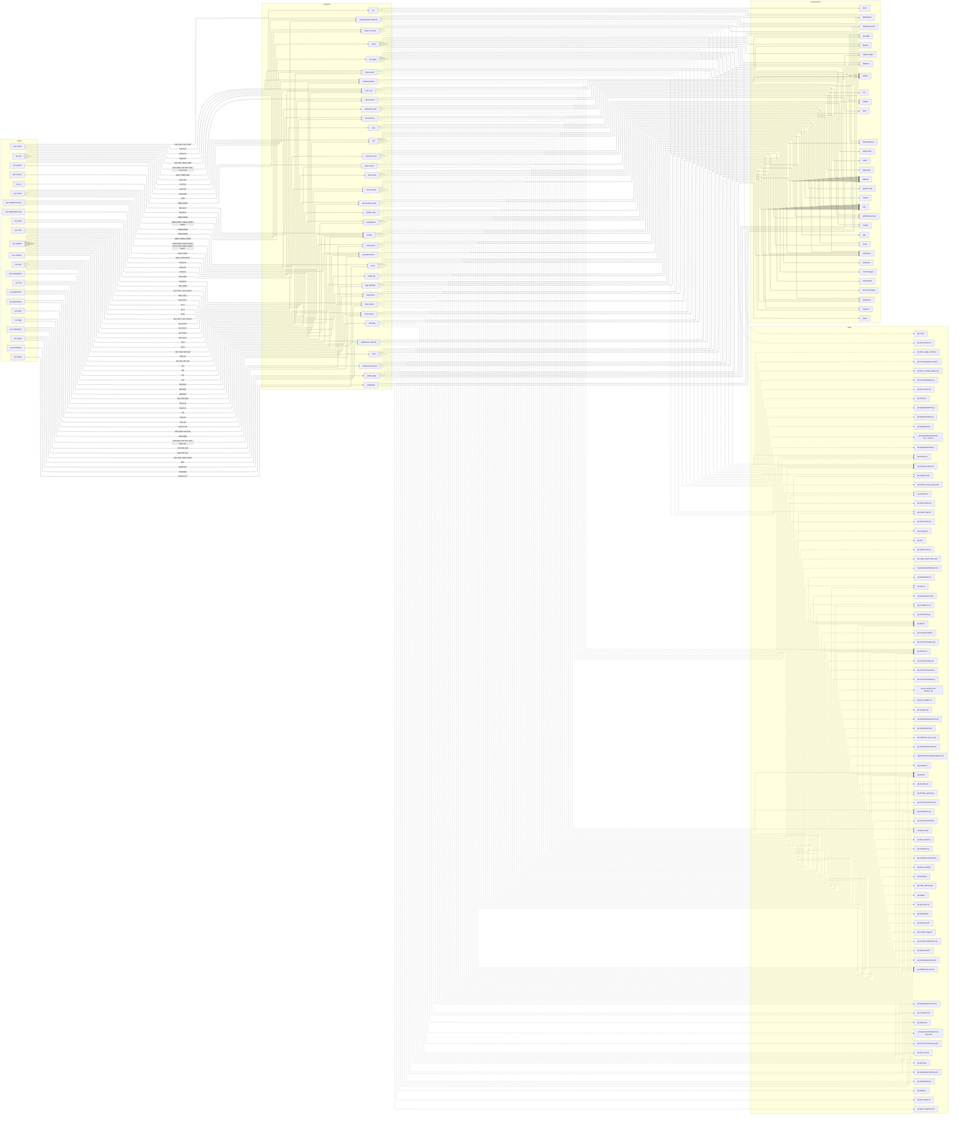
The Mermaid diagram docs/diagrams/features.png in villadalmine/k8s-lan-party, before a commit. Its source is kept beside it as docs/diagrams/features.mmd.
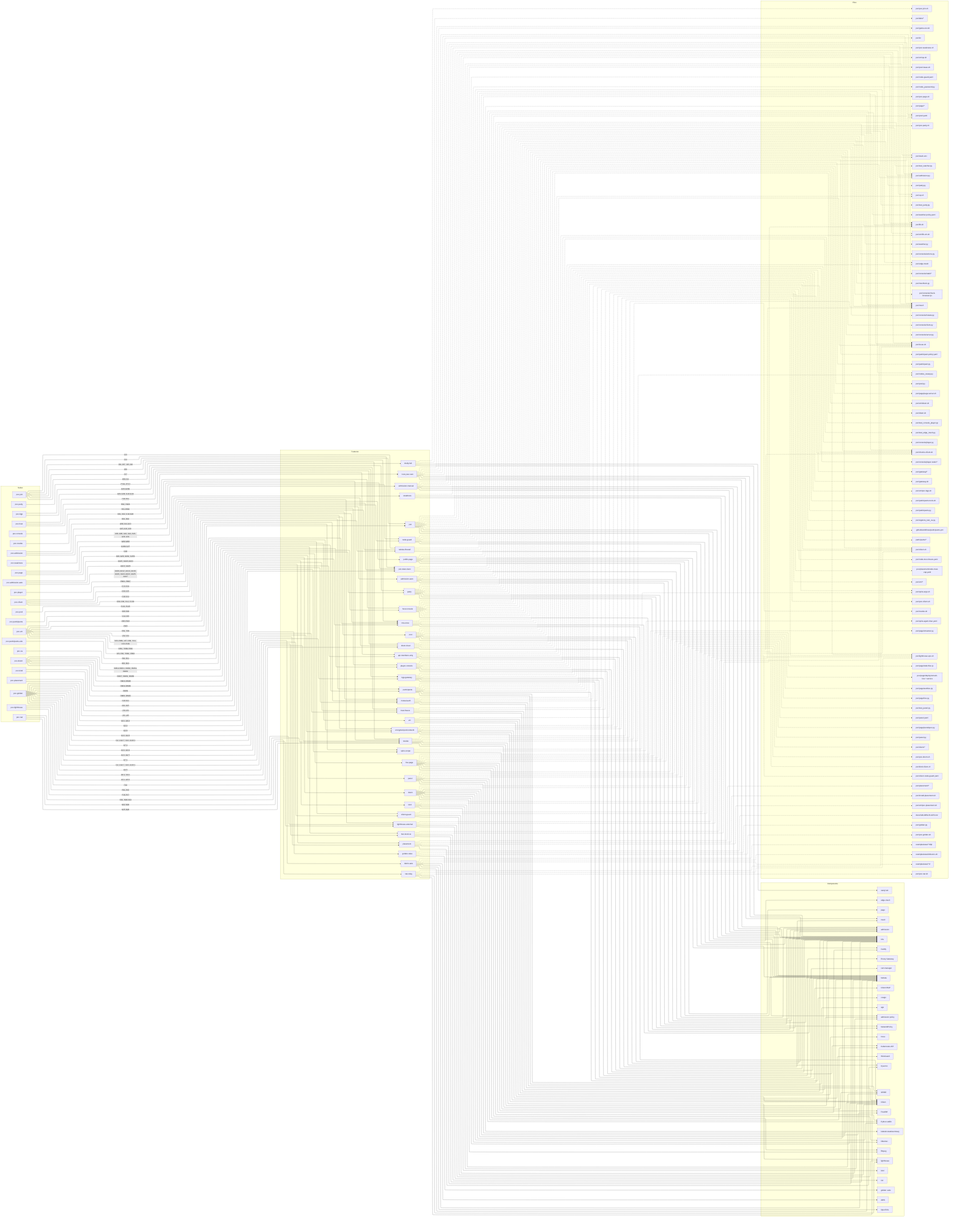
Above is the later version.

What changed in the source:
```diff
@@ -41,6 +41,7 @@
     f_party["party"]
     f_doom["doom"]
     f_live_page["live-page"]
+    f_panel["panel"]
     f_public_page["public-page"]
     f_lighthouse_external["lighthouse-external"]
     f_revoke["revoke"]
@@ -78,6 +79,7 @@
     c_ffmpeg["ffmpeg"]
     c_Python_stdlib["Python stdlib"]
     c_Caddy["Caddy"]
+    c_kubelet_stats_summary["kubelet stats/summary"]
     c_page["page"]
     c_lighthouse["lighthouse"]
     c_CA["CA"]
@@ -142,6 +144,10 @@
     p_poc_page_autolive_py["poc/page/autolive.py"]
     p_poc_page_static_live_js["poc/page/static/live.js"]
     p_poc_page_deploy_emesh_live___service["poc/page/deploy/emesh-live-*.service"]
+    p_poc_panel_py["poc/panel.py"]
+    p_poc_panel_yaml["poc/panel.yaml"]
+    p_poc_page_panelspec_py["poc/page/panelspec.py"]
+    p_poc_test_panel_py["poc/test_panel.py"]
     p_poc_page__["poc/page/*"]
     p_poc_poc_page_sh["poc/poc-page.sh"]
     p_poc_lighthouse_vps_sh["poc/lighthouse-vps.sh"]
@@ -319,6 +325,15 @@
   f_live_page -.-> p_poc_page_autolive_py
   f_live_page -.-> p_poc_page_static_live_js
   f_live_page -.-> p_poc_page_deploy_emesh_live___service
+  s_poc_doom -->|"DM39"| f_panel
+  f_panel --> c_Kubernetes_API
+  f_panel --> c_kubelet_stats_summary
+  f_panel --> c_Cilium
+  f_panel --> c_Python_stdlib
+  f_panel -.-> p_poc_panel_py
+  f_panel -.-> p_poc_panel_yaml
+  f_panel -.-> p_poc_page_panelspec_py
+  f_panel -.-> p_poc_test_panel_py
   s_poc_page -->|"G01-G26, G09c, G25b"| f_public_page
   f_public_page --> c_page
   f_public_page --> c_Caddy
```
